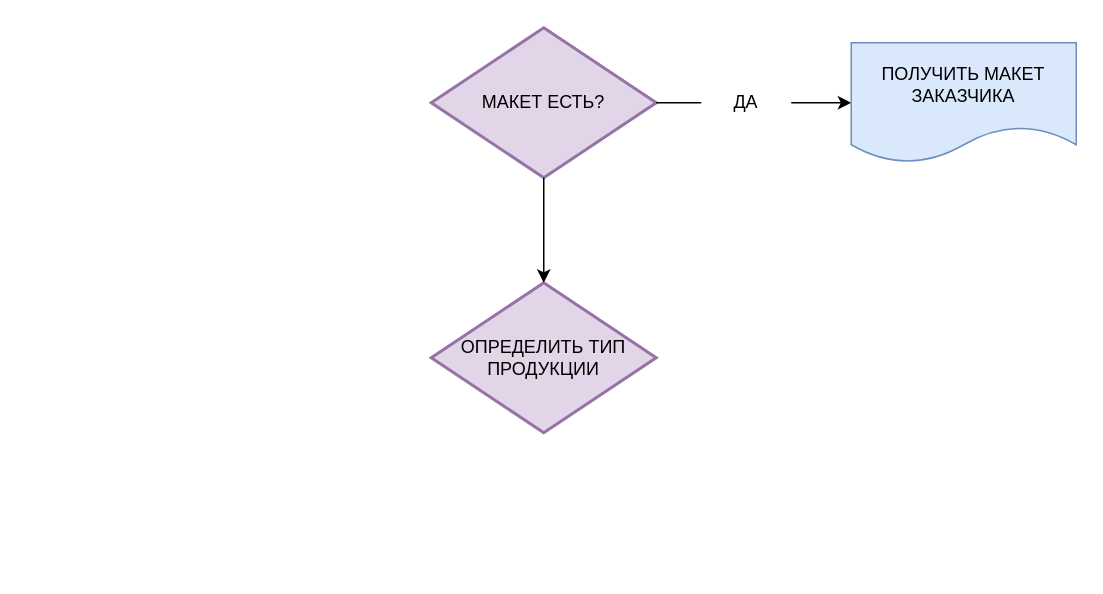
This is Получение Макета Заказчика.drawio from margazun/draws, a draw.io file, before an edit. Source tidied: cells renumbered, new cells numbered last; positions are measured from the earlier drawing's top-left corner, leaving out a move shared by most shapes. Both pictures are drawn from the tidied source at 150%, with x=0, y=0 at pixel (430, 27).
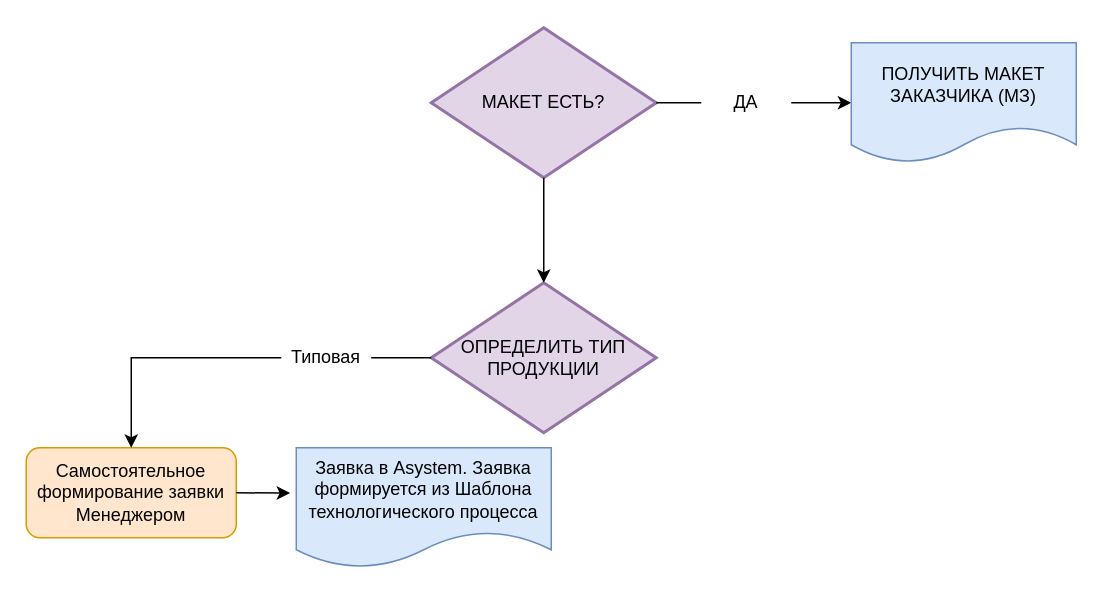
The same page after the edit.

Diff of the diagram source:
```diff
@@
 <mxGraphModel>
   <root>
     <mxCell id="0" />
     <mxCell id="1" parent="0" />
     <mxCell id="2" value="МАКЕТ ЕСТЬ?" style="strokeWidth=2;html=1;shape=mxgraph.flowchart.decision;whiteSpace=wrap;fillColor=#e1d5e7;strokeColor=#9673a6;" parent="1" vertex="1">
       <mxGeometry width="150" height="100" as="geometry" />
     </mxCell>
     <mxCell id="3" style="endArrow=classic;html=1;rounded=0;exitX=1;exitY=0.5;exitDx=0;exitDy=0;exitPerimeter=0;entryX=0;entryY=0.5;entryDx=0;entryDy=0;startArrow=none;" parent="1" edge="1" source="5" target="4">
       <mxGeometry relative="1" as="geometry" />
     </mxCell>
-    <mxCell id="4" value="ПОЛУЧИТЬ МАКЕТ ЗАКАЗЧИКА" style="shape=document;whiteSpace=wrap;html=1;boundedLbl=1;fillColor=#dae8fc;strokeColor=#6c8ebf;" parent="1" vertex="1">
+    <mxCell id="4" value="ПОЛУЧИТЬ МАКЕТ ЗАКАЗЧИКА (МЗ)" style="shape=document;whiteSpace=wrap;html=1;boundedLbl=1;fillColor=#dae8fc;strokeColor=#6c8ebf;" parent="1" vertex="1">
       <mxGeometry x="280" y="10" width="150" height="80" as="geometry" />
     </mxCell>
     <mxCell id="5" value="ДА" style="text;html=1;strokeColor=none;fillColor=none;align=center;verticalAlign=middle;whiteSpace=wrap;rounded=0;" parent="1" vertex="1">
       <mxGeometry x="180" y="35" width="60" height="30" as="geometry" />
     </mxCell>
     <mxCell id="6" style="endArrow=none;html=1;rounded=0;exitX=1;exitY=0.5;exitDx=0;exitDy=0;exitPerimeter=0;entryX=0;entryY=0.5;entryDx=0;entryDy=0;" parent="1" edge="1" source="2" target="5">
       <mxGeometry relative="1" as="geometry" />
     </mxCell>
     <mxCell id="7" value="ОПРЕДЕЛИТЬ ТИП ПРОДУКЦИИ" style="strokeWidth=2;html=1;shape=mxgraph.flowchart.decision;whiteSpace=wrap;fillColor=#e1d5e7;strokeColor=#9673a6;" parent="1" vertex="1">
       <mxGeometry y="170" width="150" height="100" as="geometry" />
     </mxCell>
     <mxCell id="8" style="endArrow=classic;html=1;rounded=0;exitX=0.5;exitY=1;exitDx=0;exitDy=0;exitPerimeter=0;entryX=0.5;entryY=0;entryDx=0;entryDy=0;entryPerimeter=0;" parent="1" edge="1" source="2" target="7">
       <mxGeometry relative="1" as="geometry" />
     </mxCell>
+    <mxCell id="9" value="Самостоятельное формирование заявки Менеджером" style="rounded=1;whiteSpace=wrap;html=1;fillColor=#ffe6cc;strokeColor=#d79b00;" parent="1" vertex="1">
+      <mxGeometry x="-270" y="280" width="140" height="60" as="geometry" />
+    </mxCell>
+    <mxCell id="10" style="endArrow=classic;html=1;rounded=0;exitX=0;exitY=0.5;exitDx=0;exitDy=0;exitPerimeter=0;entryX=0.5;entryY=0;entryDx=0;entryDy=0;startArrow=none;" parent="1" edge="1" source="11" target="9">
+      <mxGeometry relative="1" as="geometry">
+        <Array as="points">
+          <mxPoint x="-200" y="220" />
+        </Array>
+      </mxGeometry>
+    </mxCell>
+    <mxCell id="11" value="Типовая" style="text;html=1;strokeColor=none;fillColor=none;align=center;verticalAlign=middle;whiteSpace=wrap;rounded=0;" parent="1" vertex="1">
+      <mxGeometry x="-100" y="205" width="60" height="30" as="geometry" />
+    </mxCell>
+    <mxCell id="12" style="endArrow=none;html=1;rounded=0;exitX=0;exitY=0.5;exitDx=0;exitDy=0;exitPerimeter=0;entryX=1;entryY=0.5;entryDx=0;entryDy=0;" parent="1" edge="1" source="7" target="11">
+      <mxGeometry relative="1" as="geometry" />
+    </mxCell>
+    <mxCell id="13" value="Заявка в Asystem. Заявка формируется из Шаблона технологического процесса" style="shape=document;whiteSpace=wrap;html=1;boundedLbl=1;fillColor=#dae8fc;strokeColor=#6c8ebf;" parent="1" vertex="1">
+      <mxGeometry x="-90" y="280" width="170" height="80" as="geometry" />
+    </mxCell>
+    <mxCell id="14" style="endArrow=classic;html=1;rounded=0;exitX=1;exitY=0.5;exitDx=0;exitDy=0;entryX=-0.024;entryY=0.378;entryDx=0;entryDy=0;entryPerimeter=0;" parent="1" edge="1" source="9" target="13">
+      <mxGeometry relative="1" as="geometry" />
+    </mxCell>
   </root>
 </mxGraphModel>
```
